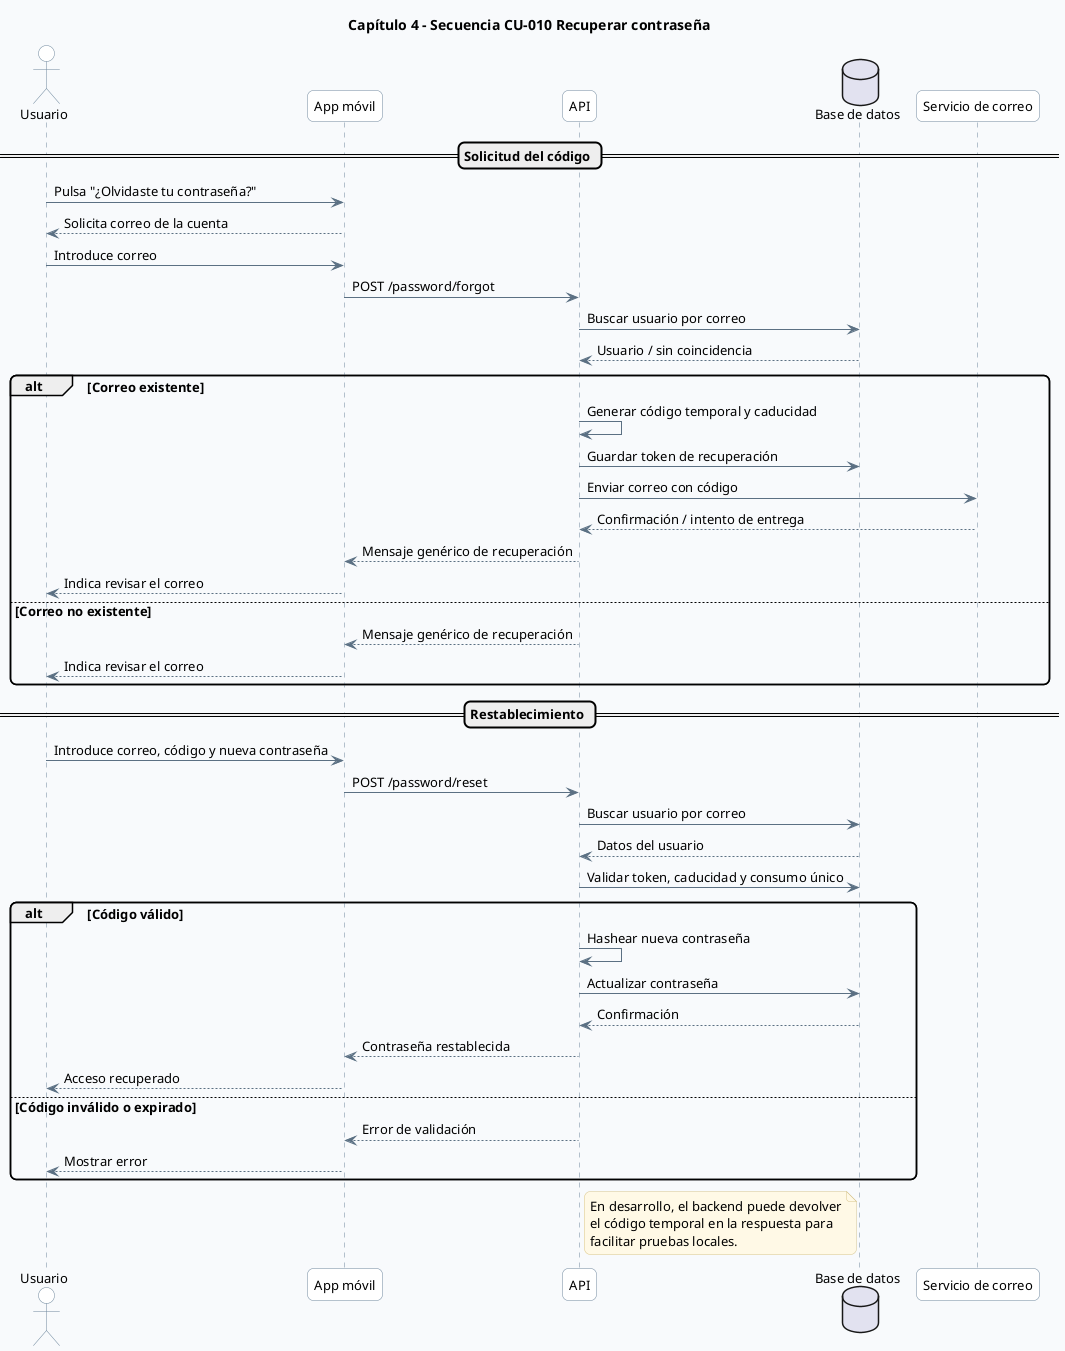
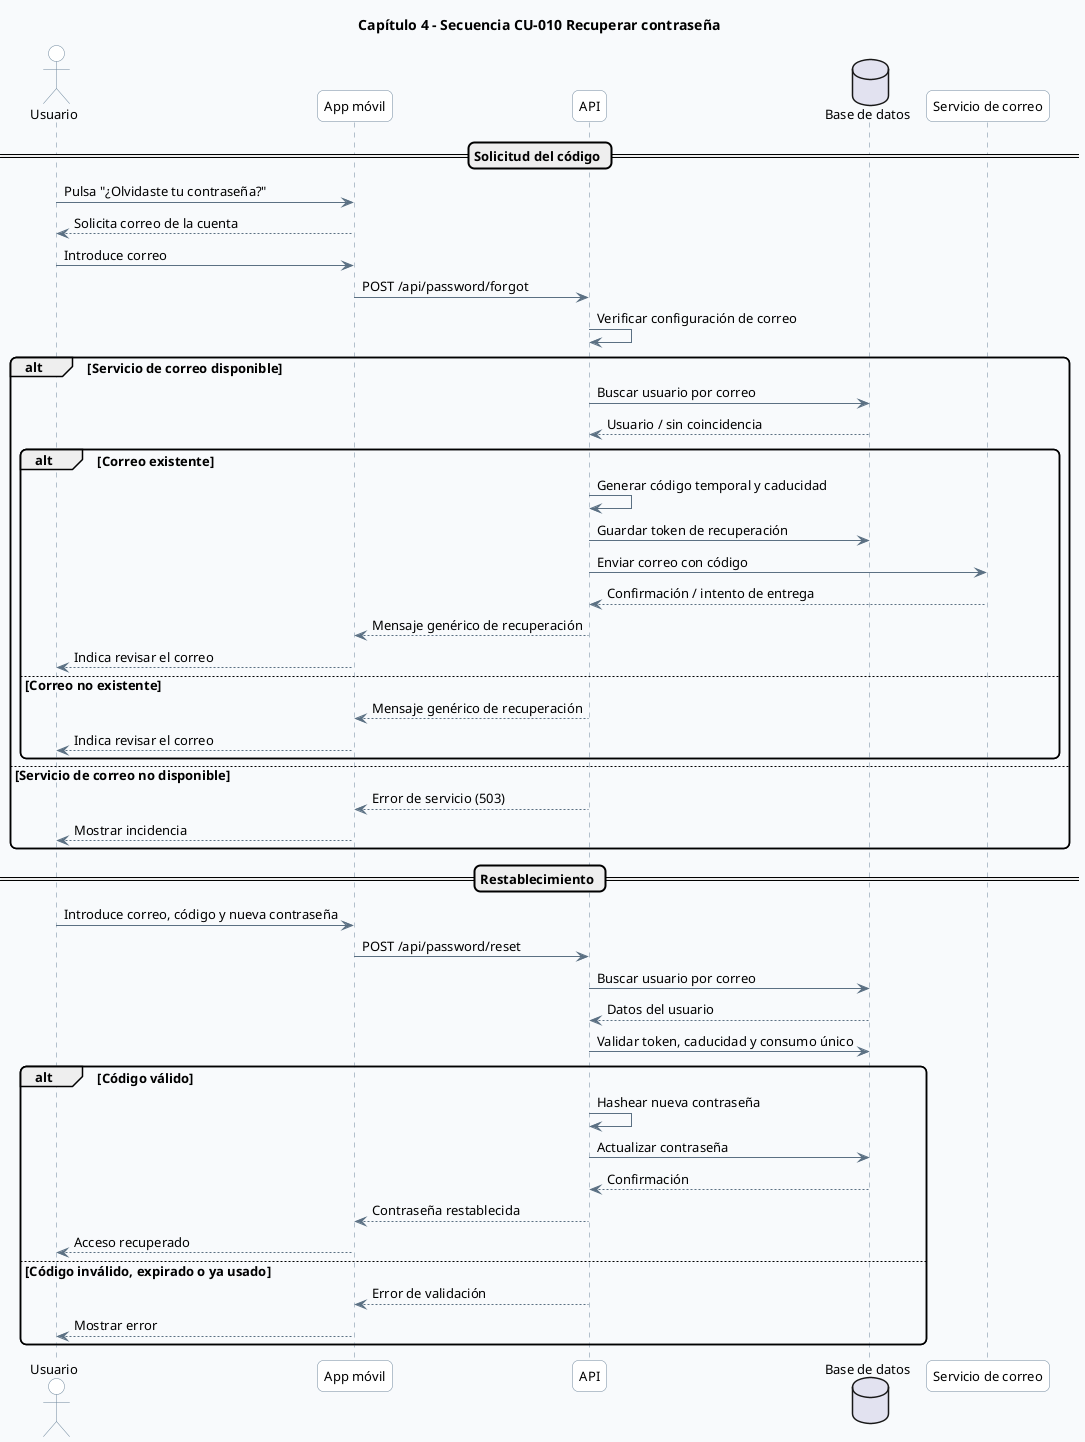
- @startuml
- ' CAP4 - 03b Secuencia CU-002 Recuperar contraseña
+ ﻿@startuml
+ ' CAP4 - 03b Secuencia CU-010 Recuperar contrasena

skinparam backgroundColor #F8FAFC
skinparam shadowing false
skinparam roundcorner 12
skinparam defaultFontName Segoe UI
skinparam defaultFontSize 13
skinparam ArrowColor #5B7083
skinparam ArrowThickness 1
skinparam sequenceLifeLineBorderColor #6E879D
skinparam sequenceLifeLineBackgroundColor #FFFFFF
skinparam participantBorderColor #6E879D
skinparam participantBackgroundColor #FFFFFF
skinparam actorBorderColor #6E879D
skinparam actorBackgroundColor #FFFFFF
skinparam noteBackgroundColor #FFF9E6
skinparam noteBorderColor #D7C58A

title Capítulo 4 - Secuencia CU-010 Recuperar contraseña

actor Usuario
participant "App móvil" as App
participant "API" as API
database "Base de datos" as DB
participant "Servicio de correo" as Mail

== Solicitud del código ==
Usuario -> App : Pulsa "¿Olvidaste tu contraseña?"
App --> Usuario : Solicita correo de la cuenta
Usuario -> App : Introduce correo
- App -> API : POST /password/forgot
- API -> DB : Buscar usuario por correo
- DB --> API : Usuario / sin coincidencia
+ App -> API : POST /api/password/forgot
+ API -> API : Verificar configuración de correo

- alt Correo existente
-     API -> API : Generar código temporal y caducidad
-     API -> DB : Guardar token de recuperación
-     API -> Mail : Enviar correo con código
-     Mail --> API : Confirmación / intento de entrega
-     API --> App : Mensaje genérico de recuperación
-     App --> Usuario : Indica revisar el correo
- else Correo no existente
-     API --> App : Mensaje genérico de recuperación
-     App --> Usuario : Indica revisar el correo
+ alt Servicio de correo disponible
+     API -> DB : Buscar usuario por correo
+     DB --> API : Usuario / sin coincidencia
+     alt Correo existente
+         API -> API : Generar código temporal y caducidad
+         API -> DB : Guardar token de recuperación
+         API -> Mail : Enviar correo con código
+         Mail --> API : Confirmación / intento de entrega
+         API --> App : Mensaje genérico de recuperación
+         App --> Usuario : Indica revisar el correo
+     else Correo no existente
+         API --> App : Mensaje genérico de recuperación
+         App --> Usuario : Indica revisar el correo
+     end
+ else Servicio de correo no disponible
+     API --> App : Error de servicio (503)
+     App --> Usuario : Mostrar incidencia
end

== Restablecimiento ==
Usuario -> App : Introduce correo, código y nueva contraseña
- App -> API : POST /password/reset
+ App -> API : POST /api/password/reset
API -> DB : Buscar usuario por correo
DB --> API : Datos del usuario
API -> DB : Validar token, caducidad y consumo único

alt Código válido
    API -> API : Hashear nueva contraseña
    API -> DB : Actualizar contraseña
    DB --> API : Confirmación
    API --> App : Contraseña restablecida
    App --> Usuario : Acceso recuperado
- else Código inválido o expirado
+ else Código inválido, expirado o ya usado
    API --> App : Error de validación
    App --> Usuario : Mostrar error
end

- note right of API
- En desarrollo, el backend puede devolver
- el código temporal en la respuesta para
- facilitar pruebas locales.
- end note
- 
@enduml
